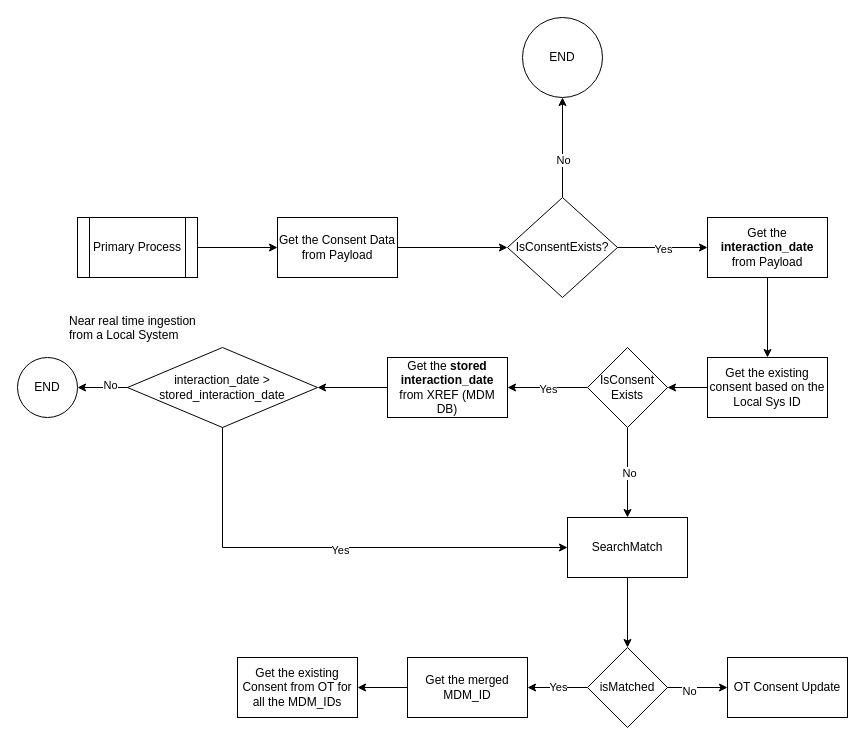
The draw.io diagram page "Process" (4 of 4) of TME-3.drawio in biswarup81/drawings, before the edit. Source tidied: cells renumbered, new cells numbered last; positions are measured from the earlier drawing's top-left corner, leaving out a move shared by most shapes. Both pictures are drawn from the tidied source at 100%, with x=0, y=0 at pixel (17, 17).
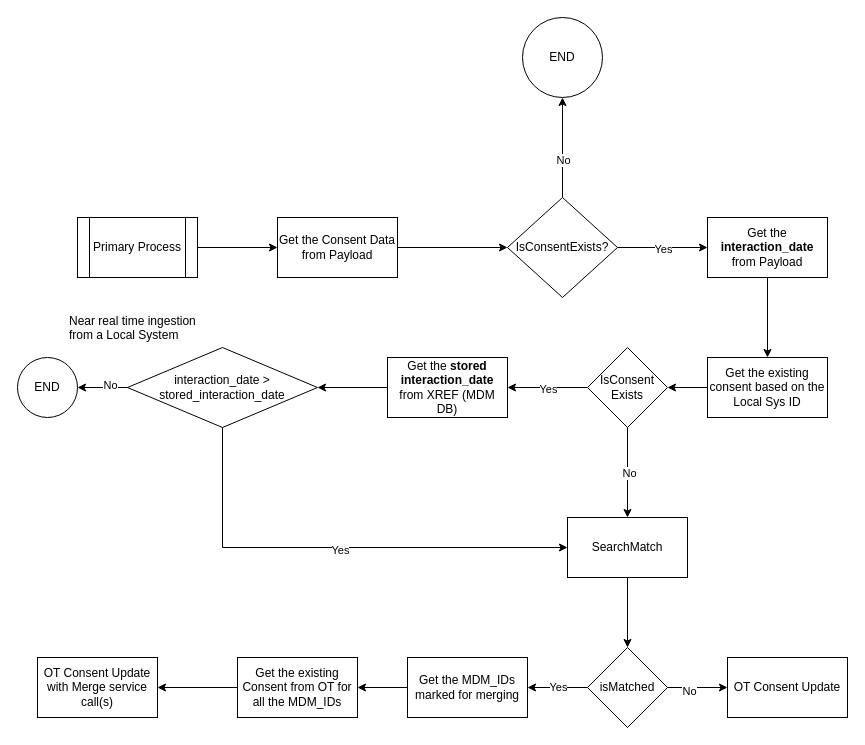
Above is the later version.

The change refers to these unchanged cells:
```xml
<mxCell id="40" value="Get the existing Consent from OT for all the MDM_IDs" style="whiteSpace=wrap;html=1;" parent="1" vertex="1">
  <mxGeometry x="220" y="640" width="120" height="60" as="geometry" />
</mxCell>
```

Diff of the diagram source:
```diff
@@
-    <mxCell id="39" value="Get the merged MDM_ID" style="whiteSpace=wrap;html=1;" parent="1" vertex="1">
+    <mxCell id="39" value="Get the MDM_IDs marked for merging" style="whiteSpace=wrap;html=1;" parent="1" vertex="1">
       <mxGeometry x="390" y="640" width="120" height="60" as="geometry" />
     </mxCell>
+    <mxCell id="41" style="edgeStyle=orthogonalEdgeStyle;rounded=0;jettySize=auto;html=1;" parent="1" edge="1" source="40" target="42">
+      <mxGeometry relative="1" as="geometry" />
+    </mxCell>
@@
+    <mxCell id="42" value="OT Consent Update with Merge service call(s)" style="whiteSpace=wrap;html=1;" parent="1" vertex="1">
+      <mxGeometry x="20" y="640" width="120" height="60" as="geometry" />
+    </mxCell>
```
